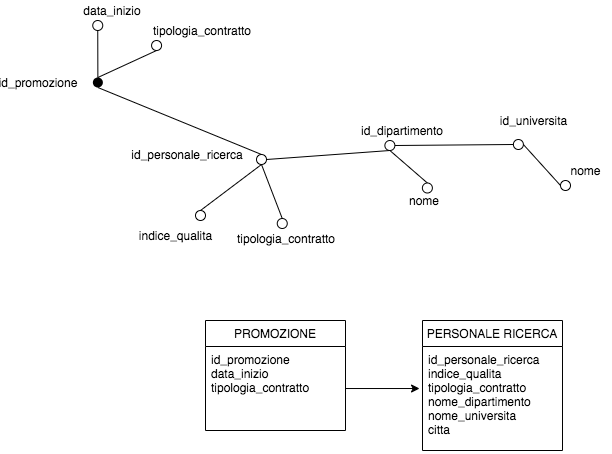
Before: res/attribute's_tree/trash/promozione_fatto_star.png, a diagram exported from draw.io (dariocurr/bdm_project). Source tidied: cells renumbered, new cells last; positions are measured from the earlier drawing's top-left corner, leaving out a move shared by most shapes.
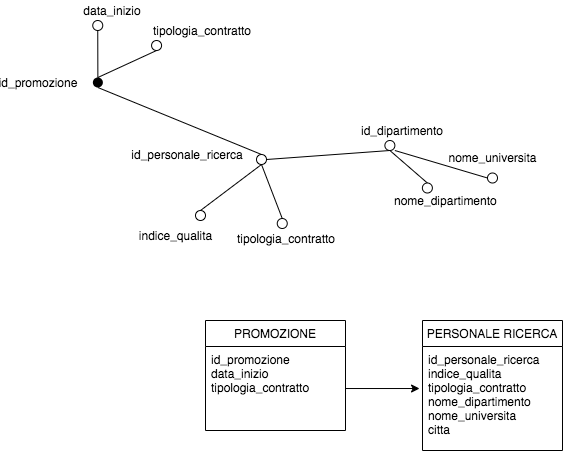
After the commit.

Change to the diagram source:
```diff
@@ -32,8 +32,8 @@
     <mxCell id="11" style="shape=ellipse;html=1;flipV=1;" parent="1" vertex="1">
       <mxGeometry x="366.4" y="140" width="10" height="10" as="geometry" />
     </mxCell>
-    <mxCell id="12" value="nome" style="text;html=1;align=left;verticalAlign=middle;whiteSpace=wrap;rounded=0;" parent="1" vertex="1">
-      <mxGeometry x="388.9" y="190" width="40" height="20" as="geometry" />
+    <mxCell id="12" value="nome_dipartimento" style="text;html=1;align=left;verticalAlign=middle;whiteSpace=wrap;rounded=0;" parent="1" vertex="1">
+      <mxGeometry x="373.9" y="190" width="40" height="20" as="geometry" />
     </mxCell>
     <mxCell id="13" style="shape=ellipse;html=1;flipV=1;" parent="1" vertex="1">
       <mxGeometry x="403.9" y="182.5" width="10" height="10" as="geometry" />
@@ -59,22 +59,13 @@
     <mxCell id="20" value="tipologia_contratto" style="text;html=1;strokeColor=none;fillColor=none;align=center;verticalAlign=middle;whiteSpace=wrap;rounded=0;" parent="1" vertex="1">
       <mxGeometry x="163.9" y="20" width="40" height="20" as="geometry" />
     </mxCell>
-    <mxCell id="21" style="ellipse;whiteSpace=wrap;html=1;" parent="1" vertex="1">
-      <mxGeometry x="494.9" y="139" width="10" height="10" as="geometry" />
-    </mxCell>
     <mxCell id="22" style="ellipse;whiteSpace=wrap;html=1;" parent="1" vertex="1">
-      <mxGeometry x="542" y="180" width="10" height="10" as="geometry" />
+      <mxGeometry x="469" y="172.5" width="10" height="10" as="geometry" />
     </mxCell>
-    <mxCell id="23" value="id_universita" style="text;html=1;align=center;verticalAlign=middle;" parent="1" vertex="1">
-      <mxGeometry x="470.4" y="110" width="90" height="20" as="geometry" />
-    </mxCell>
-    <mxCell id="24" value="nome" style="text;html=1;align=center;verticalAlign=middle;" parent="1" vertex="1">
-      <mxGeometry x="542" y="160" width="50" height="20" as="geometry" />
+    <mxCell id="24" value="nome_universita" style="text;html=1;align=center;verticalAlign=middle;" parent="1" vertex="1">
+      <mxGeometry x="424" y="146.5" width="100" height="20" as="geometry" />
     </mxCell>
-    <mxCell id="25" style="endArrow=none;html=1;exitX=1;exitY=0.5;exitDx=0;exitDy=0;entryX=0;entryY=0.5;entryDx=0;entryDy=0;" parent="1" edge="1" source="11" target="21">
-      <mxGeometry relative="1" as="geometry" />
-    </mxCell>
-    <mxCell id="26" style="endArrow=none;html=1;entryX=1;entryY=0.5;entryDx=0;entryDy=0;exitX=0;exitY=0.5;exitDx=0;exitDy=0;" parent="1" edge="1" source="22" target="21">
+    <mxCell id="26" style="endArrow=none;html=1;entryX=1;entryY=1;entryDx=0;entryDy=0;exitX=0;exitY=0.5;exitDx=0;exitDy=0;" parent="1" edge="1" source="22" target="11">
       <mxGeometry relative="1" as="geometry" />
     </mxCell>
     <mxCell id="27" style="shape=ellipse;html=1;flipV=1;" parent="1" vertex="1">
```
